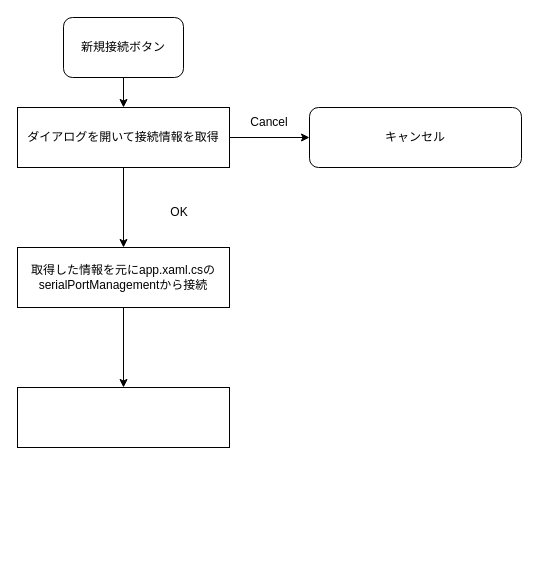
Above: 仕様とか/FlowChart/SerialPort接続までの流れ.drawio in SARD-Hybrid-Rocket-Project/Terminal-NEXT (draw.io), before the change. Source tidied: cells renumbered, new cells numbered last; positions are measured from the earlier drawing's top-left corner, leaving out a move shared by most shapes. Both pictures are drawn from the tidied source at 100%, with x=0, y=0 at pixel (17, 17).
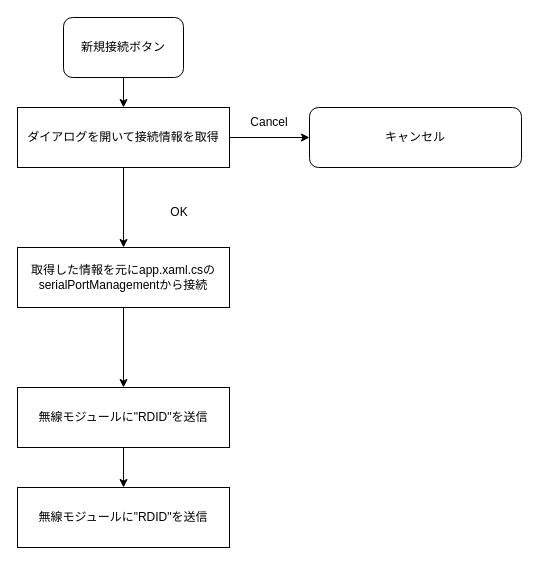
After the change.

Diff of the diagram source:
```diff
@@
 <mxGraphModel>
   <root>
     <mxCell id="0" />
     <mxCell id="1" parent="0" />
     <mxCell id="2" style="edgeStyle=none;html=1;" parent="1" edge="1" source="3" target="6">
       <mxGeometry relative="1" as="geometry" />
     </mxCell>
     <mxCell id="3" value="新規接続ボタン" style="rounded=1;whiteSpace=wrap;html=1;" parent="1" vertex="1">
       <mxGeometry x="46" width="120" height="60" as="geometry" />
     </mxCell>
     <mxCell id="4" style="edgeStyle=none;html=1;" parent="1" edge="1" source="6" target="7">
       <mxGeometry relative="1" as="geometry" />
     </mxCell>
     <mxCell id="5" style="edgeStyle=none;html=1;" parent="1" edge="1" source="6" target="9">
       <mxGeometry relative="1" as="geometry" />
     </mxCell>
     <mxCell id="6" value="ダイアログを開いて接続情報を取得" style="rounded=0;whiteSpace=wrap;html=1;" parent="1" vertex="1">
       <mxGeometry y="90" width="212" height="60" as="geometry" />
     </mxCell>
     <mxCell id="7" value="キャンセル" style="rounded=1;whiteSpace=wrap;html=1;" parent="1" vertex="1">
       <mxGeometry x="292" y="90" width="212" height="60" as="geometry" />
     </mxCell>
     <mxCell id="8" style="edgeStyle=none;html=1;" parent="1" edge="1" source="9" target="10">
       <mxGeometry relative="1" as="geometry" />
     </mxCell>
     <mxCell id="9" value="取得した情報を元にapp.xaml.csのserialPortManagementから接続" style="rounded=0;whiteSpace=wrap;html=1;" parent="1" vertex="1">
       <mxGeometry y="230" width="212" height="60" as="geometry" />
     </mxCell>
+    <mxCell id="13" style="edgeStyle=none;html=1;" parent="1" edge="1" source="10" target="14">
+      <mxGeometry relative="1" as="geometry" />
+    </mxCell>
-    <mxCell id="10" style="rounded=0;whiteSpace=wrap;html=1;" parent="1" vertex="1">
+    <mxCell id="10" value="無線モジュールに&quot;RDID&quot;を送信" style="rounded=0;whiteSpace=wrap;html=1;" parent="1" vertex="1">
       <mxGeometry y="370" width="212" height="60" as="geometry" />
     </mxCell>
     <mxCell id="11" value="Cancel" style="text;html=1;strokeColor=none;fillColor=none;align=center;verticalAlign=middle;whiteSpace=wrap;rounded=0;" parent="1" vertex="1">
       <mxGeometry x="212" y="90" width="80" height="30" as="geometry" />
     </mxCell>
     <mxCell id="12" value="OK" style="text;html=1;strokeColor=none;fillColor=none;align=center;verticalAlign=middle;whiteSpace=wrap;rounded=0;" parent="1" vertex="1">
       <mxGeometry x="112" y="180" width="100" height="30" as="geometry" />
     </mxCell>
+    <mxCell id="14" value="無線モジュールに&quot;RDID&quot;を送信" style="rounded=0;whiteSpace=wrap;html=1;" parent="1" vertex="1">
+      <mxGeometry y="470" width="212" height="60" as="geometry" />
+    </mxCell>
   </root>
 </mxGraphModel>
```
